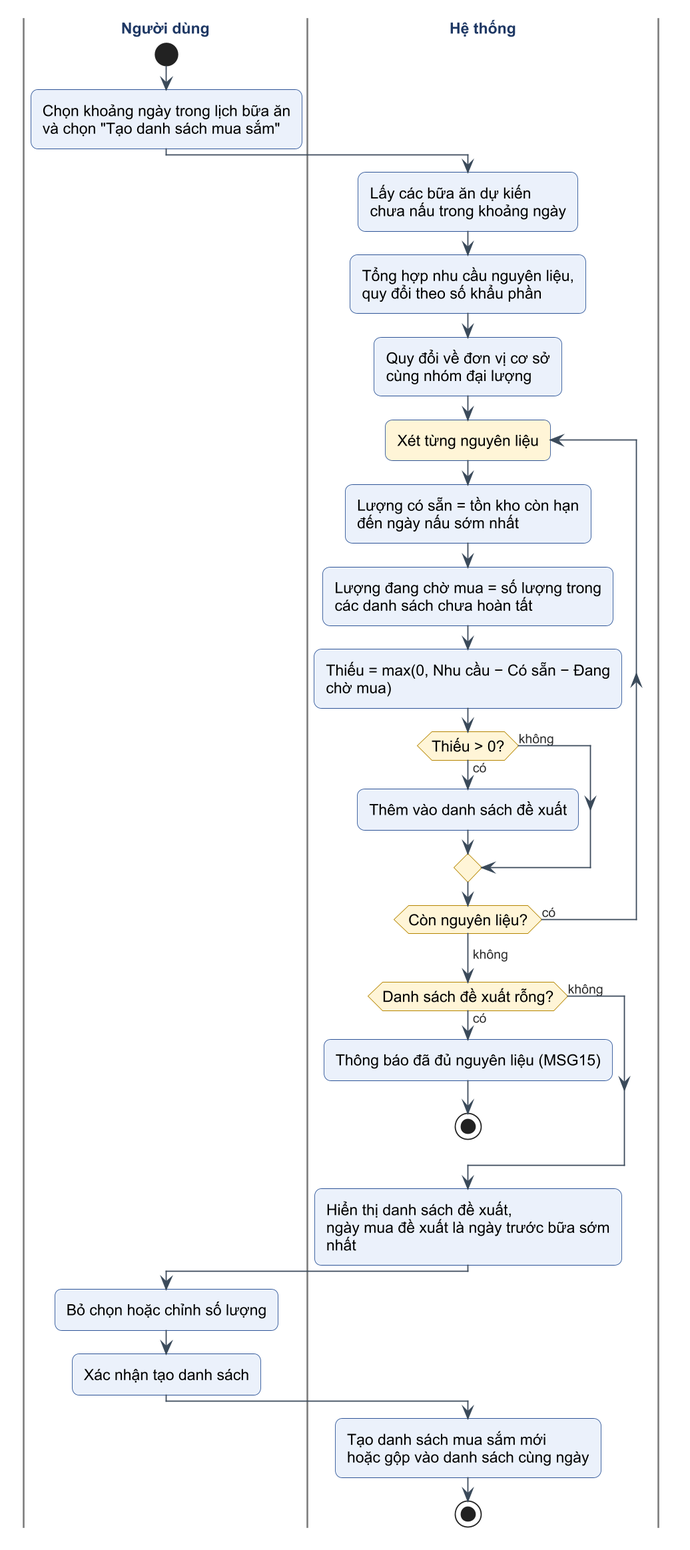
PhucNguyen204/report-project keeps this PlantUML diagram as figures/diagrams/c2-09-act-sinh-ds-tu-ke-hoach.png. Above is the earlier version.
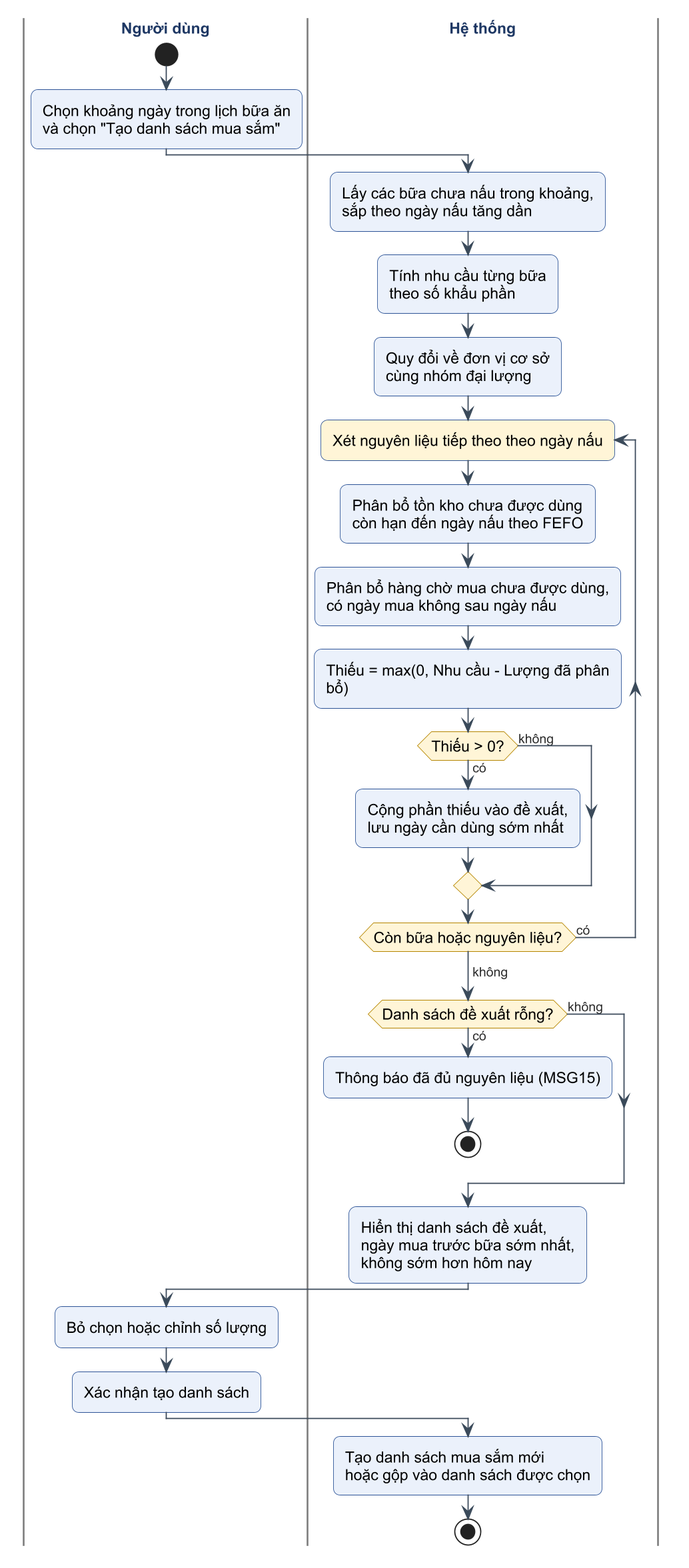
Later version of the same file.

Commit message:
fix/ sửa cách tính nguyên liệu cần mua

What changed in the source:
```diff
@@ -6,23 +6,24 @@
 :Chọn khoảng ngày trong lịch bữa ăn
 và chọn "Tạo danh sách mua sắm";
 |Hệ thống|
-:Lấy các bữa ăn dự kiến
-chưa nấu trong khoảng ngày;
-:Tổng hợp nhu cầu nguyên liệu,
-quy đổi theo số khẩu phần;
+:Lấy các bữa chưa nấu trong khoảng,
+sắp theo ngày nấu tăng dần;
+:Tính nhu cầu từng bữa
+theo số khẩu phần;
 :Quy đổi về đơn vị cơ sở
 cùng nhóm đại lượng;
-repeat :Xét từng nguyên liệu;
-  :Lượng có sẵn = tồn kho còn hạn
-  đến ngày nấu sớm nhất;
-  :Lượng đang chờ mua = số lượng trong
-  các danh sách chưa hoàn tất;
-  :Thiếu = max(0, Nhu cầu − Có sẵn − Đang chờ mua);
+repeat :Xét nguyên liệu tiếp theo theo ngày nấu;
+  :Phân bổ tồn kho chưa được dùng
+  còn hạn đến ngày nấu theo FEFO;
+  :Phân bổ hàng chờ mua chưa được dùng,
+  có ngày mua không sau ngày nấu;
+  :Thiếu = max(0, Nhu cầu - Lượng đã phân bổ);
   if (Thiếu > 0?) then (có)
-    :Thêm vào danh sách đề xuất;
+    :Cộng phần thiếu vào đề xuất,
+    lưu ngày cần dùng sớm nhất;
   else (không)
   endif
-repeat while (Còn nguyên liệu?) is (có)
+repeat while (Còn bữa hoặc nguyên liệu?) is (có)
 -> không;
 if (Danh sách đề xuất rỗng?) then (có)
   :Thông báo đã đủ nguyên liệu (MSG15);
@@ -30,12 +31,13 @@
 else (không)
 endif
 :Hiển thị danh sách đề xuất,
-ngày mua đề xuất là ngày trước bữa sớm nhất;
+ngày mua trước bữa sớm nhất,
+không sớm hơn hôm nay;
 |Người dùng|
 :Bỏ chọn hoặc chỉnh số lượng;
 :Xác nhận tạo danh sách;
 |Hệ thống|
 :Tạo danh sách mua sắm mới
-hoặc gộp vào danh sách cùng ngày;
+hoặc gộp vào danh sách được chọn;
 stop
 @enduml
```
